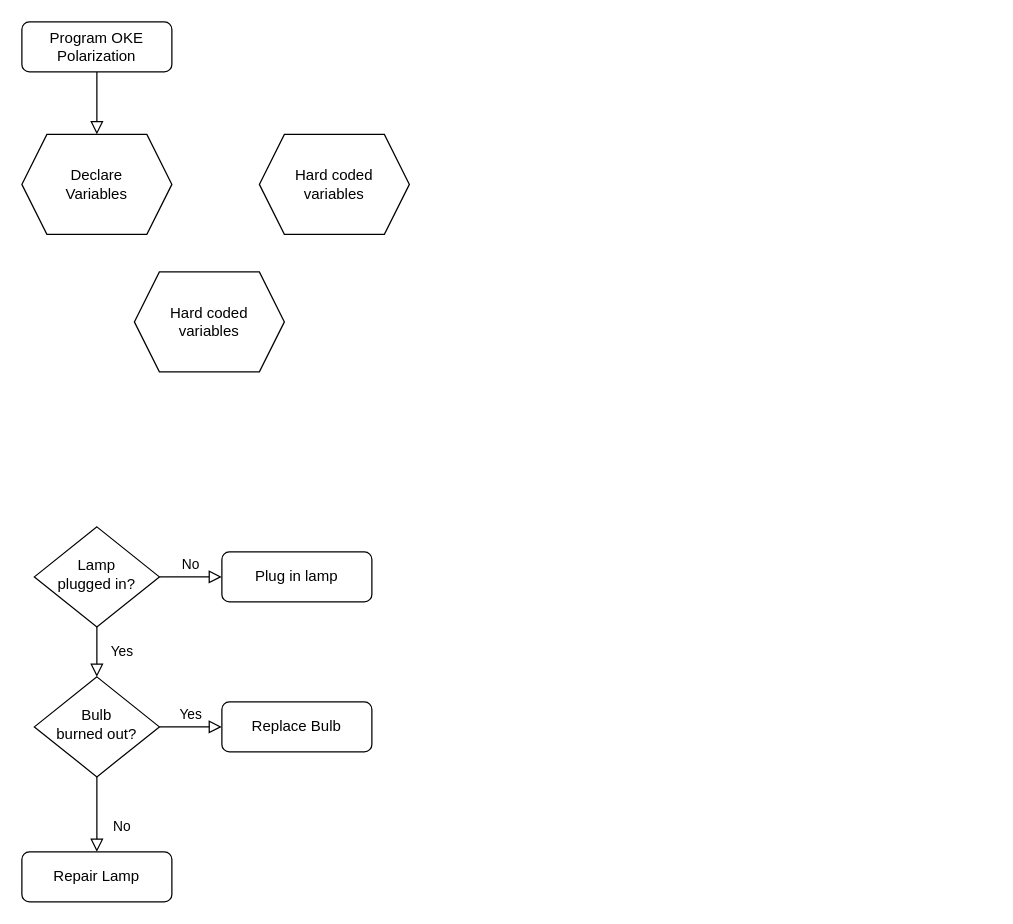
Before: Untitled Diagram.drawio in CatherineMoulder/Fortran, a draw.io diagram. Source tidied: cells renumbered, new cells numbered last; positions are measured from the earlier drawing's top-left corner, leaving out a move shared by most shapes. Both pictures are drawn from the tidied source at 125%, with x=0, y=0 at pixel (21, 21).
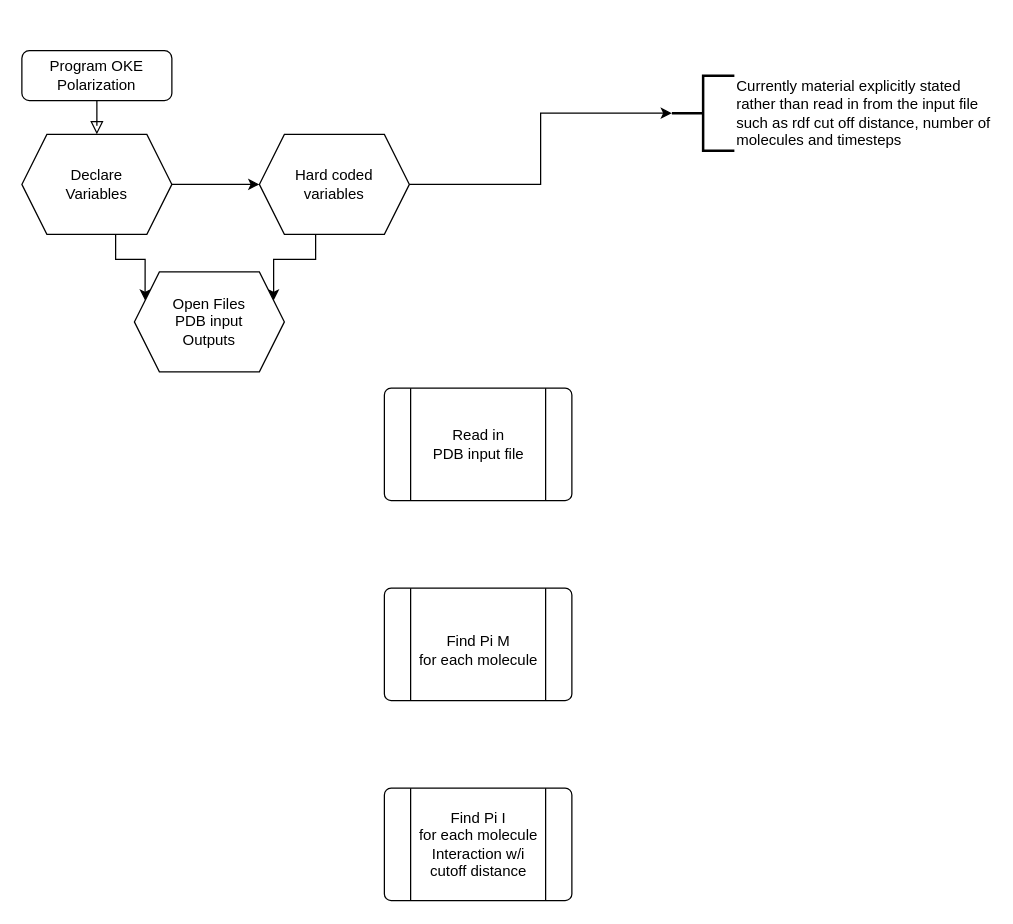
Above is the later version.

Change to the diagram source:
```diff
@@
 <mxGraphModel>
   <root>
     <mxCell id="0" />
     <mxCell id="1" parent="0" />
     <mxCell id="2" style="rounded=0;html=1;jettySize=auto;fontSize=11;endArrow=block;endFill=0;endSize=8;strokeWidth=1;shadow=0;labelBackgroundColor=none;edgeStyle=orthogonalEdgeStyle;" parent="1" edge="1" source="3" target="13">
       <mxGeometry relative="1" as="geometry" />
     </mxCell>
     <mxCell id="3" value="Program OKE&lt;br&gt;Polarization" style="rounded=1;whiteSpace=wrap;html=1;fontSize=12;glass=0;strokeWidth=1;shadow=0;" parent="1" vertex="1">
-      <mxGeometry width="120" height="40" as="geometry" />
+      <mxGeometry y="23" width="120" height="40" as="geometry" />
     </mxCell>
-    <mxCell id="4" value="Yes" style="rounded=0;html=1;jettySize=auto;fontSize=11;endArrow=block;endFill=0;endSize=8;strokeWidth=1;shadow=0;labelBackgroundColor=none;edgeStyle=orthogonalEdgeStyle;" parent="1" edge="1" source="6" target="10">
-      <mxGeometry y="20" relative="1" as="geometry" />
-    </mxCell>
-    <mxCell id="5" value="No" style="edgeStyle=orthogonalEdgeStyle;rounded=0;html=1;jettySize=auto;fontSize=11;endArrow=block;endFill=0;endSize=8;strokeWidth=1;shadow=0;labelBackgroundColor=none;" parent="1" edge="1" source="6" target="7">
-      <mxGeometry y="10" relative="1" as="geometry" />
-    </mxCell>
-    <mxCell id="6" value="Lamp&lt;br&gt;plugged in?" style="rhombus;whiteSpace=wrap;html=1;shadow=0;fontFamily=Helvetica;fontSize=12;align=center;strokeWidth=1;spacing=6;spacingTop=-4;" parent="1" vertex="1">
-      <mxGeometry x="10" y="404" width="100" height="80" as="geometry" />
-    </mxCell>
-    <mxCell id="7" value="Plug in lamp" style="rounded=1;whiteSpace=wrap;html=1;fontSize=12;glass=0;strokeWidth=1;shadow=0;" parent="1" vertex="1">
-      <mxGeometry x="160" y="424" width="120" height="40" as="geometry" />
-    </mxCell>
-    <mxCell id="8" value="No" style="rounded=0;html=1;jettySize=auto;fontSize=11;endArrow=block;endFill=0;endSize=8;strokeWidth=1;shadow=0;labelBackgroundColor=none;edgeStyle=orthogonalEdgeStyle;" parent="1" edge="1" source="10" target="11">
-      <mxGeometry x="0.33" y="20" relative="1" as="geometry" />
-    </mxCell>
-    <mxCell id="9" value="Yes" style="edgeStyle=orthogonalEdgeStyle;rounded=0;html=1;jettySize=auto;fontSize=11;endArrow=block;endFill=0;endSize=8;strokeWidth=1;shadow=0;labelBackgroundColor=none;" parent="1" edge="1" source="10" target="12">
-      <mxGeometry y="10" relative="1" as="geometry" />
-    </mxCell>
-    <mxCell id="10" value="Bulb&lt;br&gt;burned out?" style="rhombus;whiteSpace=wrap;html=1;shadow=0;fontFamily=Helvetica;fontSize=12;align=center;strokeWidth=1;spacing=6;spacingTop=-4;" parent="1" vertex="1">
-      <mxGeometry x="10" y="524" width="100" height="80" as="geometry" />
-    </mxCell>
-    <mxCell id="11" value="Repair Lamp" style="rounded=1;whiteSpace=wrap;html=1;fontSize=12;glass=0;strokeWidth=1;shadow=0;" parent="1" vertex="1">
-      <mxGeometry y="664" width="120" height="40" as="geometry" />
-    </mxCell>
-    <mxCell id="12" value="Replace Bulb" style="rounded=1;whiteSpace=wrap;html=1;fontSize=12;glass=0;strokeWidth=1;shadow=0;" parent="1" vertex="1">
-      <mxGeometry x="160" y="544" width="120" height="40" as="geometry" />
-    </mxCell>
+    <mxCell id="16" style="edgeStyle=orthogonalEdgeStyle;rounded=0;jettySize=auto;html=1;exitX=0.625;exitY=1;exitDx=0;exitDy=0;entryX=0;entryY=0.25;entryDx=0;entryDy=0;" parent="1" edge="1" source="13" target="15">
+      <mxGeometry relative="1" as="geometry" />
+    </mxCell>
+    <mxCell id="17" style="edgeStyle=orthogonalEdgeStyle;rounded=0;jettySize=auto;html=1;exitX=1;exitY=0.5;exitDx=0;exitDy=0;entryX=0;entryY=0.5;entryDx=0;entryDy=0;" parent="1" edge="1" source="13" target="14">
+      <mxGeometry relative="1" as="geometry" />
+    </mxCell>
     <mxCell id="13" value="Declare &lt;br&gt;Variables" style="shape=hexagon;perimeter=hexagonPerimeter2;whiteSpace=wrap;html=1;fixedSize=1;" parent="1" vertex="1">
       <mxGeometry y="90" width="120" height="80" as="geometry" />
     </mxCell>
+    <mxCell id="18" style="edgeStyle=orthogonalEdgeStyle;rounded=0;jettySize=auto;html=1;exitX=0.375;exitY=1;exitDx=0;exitDy=0;entryX=1;entryY=0.25;entryDx=0;entryDy=0;" parent="1" edge="1" source="14" target="15">
+      <mxGeometry relative="1" as="geometry" />
+    </mxCell>
+    <mxCell id="19" style="edgeStyle=orthogonalEdgeStyle;rounded=0;jettySize=auto;html=1;exitX=1;exitY=0.5;exitDx=0;exitDy=0;entryX=0;entryY=0.5;entryDx=0;entryDy=0;entryPerimeter=0;" parent="1" edge="1" source="14" target="21">
+      <mxGeometry relative="1" as="geometry" />
+    </mxCell>
     <mxCell id="14" value="Hard coded &lt;br&gt;variables" style="shape=hexagon;perimeter=hexagonPerimeter2;whiteSpace=wrap;html=1;fixedSize=1;" parent="1" vertex="1">
       <mxGeometry x="190" y="90" width="120" height="80" as="geometry" />
     </mxCell>
-    <mxCell id="15" value="Hard coded &lt;br&gt;variables" style="shape=hexagon;perimeter=hexagonPerimeter2;whiteSpace=wrap;html=1;fixedSize=1;" parent="1" vertex="1">
+    <mxCell id="15" value="Open Files&lt;br&gt;PDB input&lt;br&gt;Outputs" style="shape=hexagon;perimeter=hexagonPerimeter2;whiteSpace=wrap;html=1;fixedSize=1;" parent="1" vertex="1">
       <mxGeometry x="90" y="200" width="120" height="80" as="geometry" />
     </mxCell>
+    <mxCell id="20" style="verticalLabelPosition=bottom;verticalAlign=top;html=1;shape=process;whiteSpace=wrap;rounded=1;size=0.14;arcSize=6;" parent="1" vertex="1">
+      <mxGeometry x="290" y="293" width="150" height="90" as="geometry" />
+    </mxCell>
+    <mxCell id="21" value="Currently material explicitly stated&lt;br&gt;rather than read in from the input file&lt;br&gt;such as rdf cut off distance, number of&lt;br&gt;molecules and timesteps" style="strokeWidth=2;html=1;shape=mxgraph.flowchart.annotation_2;align=left;labelPosition=right;" parent="1" vertex="1">
+      <mxGeometry x="520" y="43" width="50" height="60" as="geometry" />
+    </mxCell>
+    <mxCell id="22" value="Read in &lt;br&gt;PDB input file" style="text;html=1;align=center;verticalAlign=middle;fillColor=none;strokeColor=none;rounded=0;" parent="1" vertex="1">
+      <mxGeometry x="315" y="318" width="100" height="40" as="geometry" />
+    </mxCell>
+    <mxCell id="23" style="verticalLabelPosition=bottom;verticalAlign=top;html=1;shape=process;whiteSpace=wrap;rounded=1;size=0.14;arcSize=6;" parent="1" vertex="1">
+      <mxGeometry x="290" y="453" width="150" height="90" as="geometry" />
+    </mxCell>
+    <mxCell id="24" style="verticalLabelPosition=bottom;verticalAlign=top;html=1;shape=process;whiteSpace=wrap;rounded=1;size=0.14;arcSize=6;" parent="1" vertex="1">
+      <mxGeometry x="290" y="613" width="150" height="90" as="geometry" />
+    </mxCell>
+    <mxCell id="25" value="Find Pi M &lt;br&gt;for each molecule" style="text;html=1;align=center;verticalAlign=middle;fillColor=none;strokeColor=none;rounded=0;" parent="1" vertex="1">
+      <mxGeometry x="305" y="483" width="120" height="40" as="geometry" />
+    </mxCell>
+    <mxCell id="26" value="Find Pi I&lt;br&gt;for each molecule&lt;br&gt;Interaction w/i&lt;br&gt;cutoff distance" style="text;html=1;align=center;verticalAlign=middle;fillColor=none;strokeColor=none;rounded=0;" parent="1" vertex="1">
+      <mxGeometry x="305" y="623" width="120" height="70" as="geometry" />
+    </mxCell>
   </root>
 </mxGraphModel>
```
